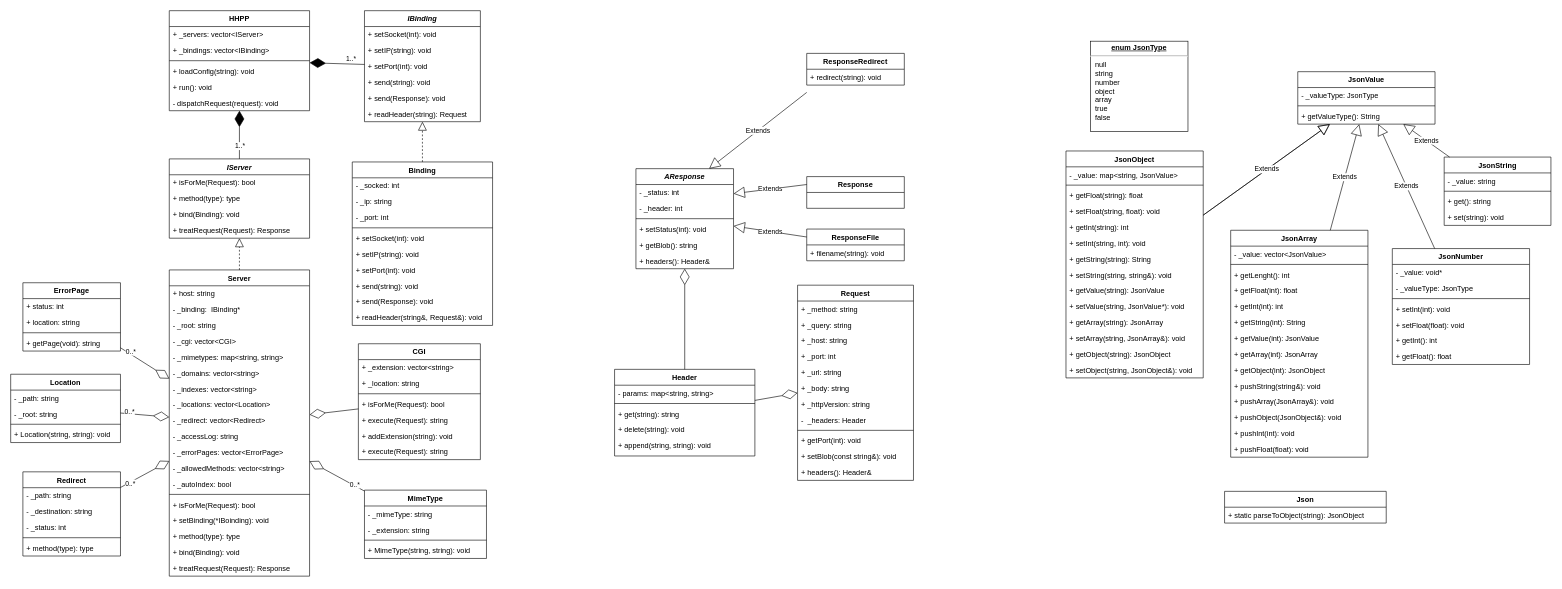
Earlier version of the draw.io diagram doc/architecture.drawio (danielthalmann/42hhpp). Source tidied: cells renumbered, new cells numbered last; positions are measured from the earlier drawing's top-left corner, leaving out a move shared by most shapes. Both pictures are drawn from the tidied source at 61%, with x=0, y=0 at pixel (10, 10).
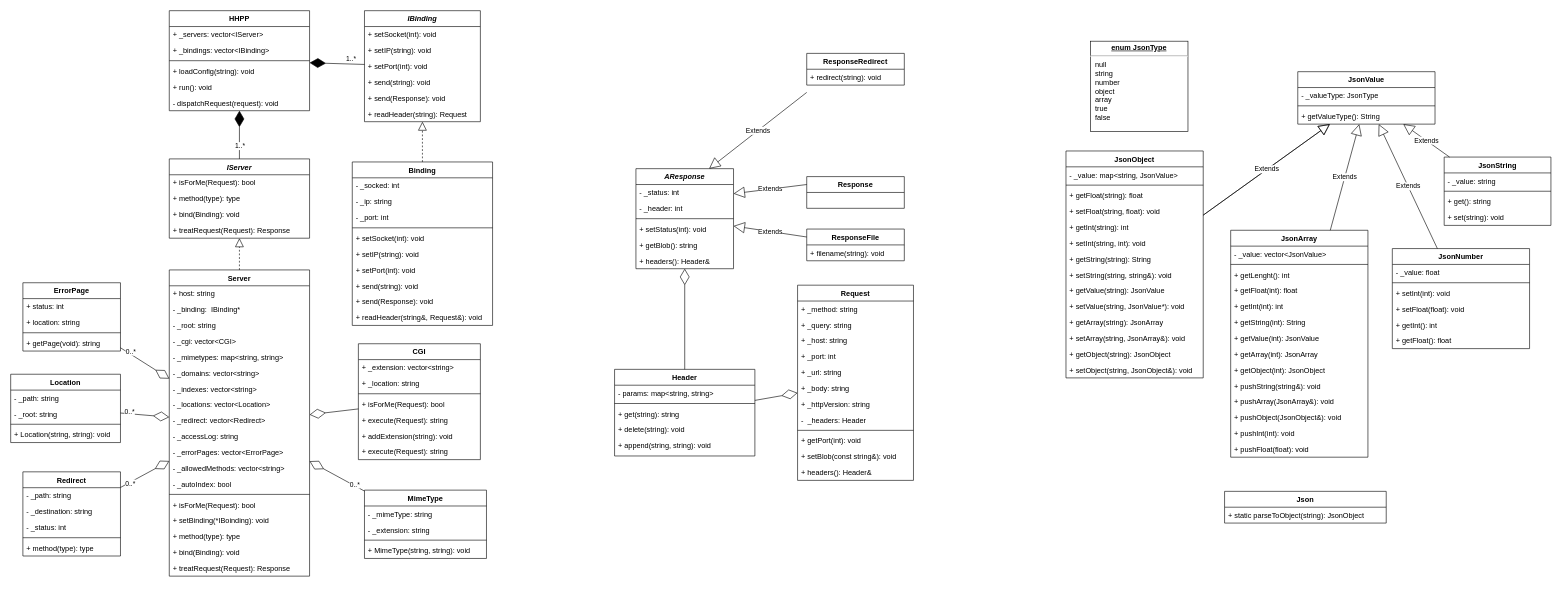
After the change.

Change to the diagram source:
```diff
@@
     <mxCell id="128" value="JsonNumber" style="swimlane;fontStyle=1;align=center;verticalAlign=top;horizontal=1;startSize=26;" parent="1" vertex="1">
-      <mxGeometry x="2265" y="390" width="225" height="190" as="geometry" />
+      <mxGeometry x="2265" y="390" width="225" height="164" as="geometry" />
     </mxCell>
-    <mxCell id="129" value="- _value: void*" style="text;strokeColor=none;fillColor=none;align=left;verticalAlign=top;spacingLeft=4;spacingRight=4;overflow=hidden;" parent="128" vertex="1">
+    <mxCell id="129" value="- _value: float" style="text;strokeColor=none;fillColor=none;align=left;verticalAlign=top;spacingLeft=4;spacingRight=4;overflow=hidden;" parent="128" vertex="1">
       <mxGeometry y="26" width="225" height="26" as="geometry" />
     </mxCell>
-    <mxCell id="130" value="- _valueType: JsonType" style="text;strokeColor=none;fillColor=none;align=left;verticalAlign=top;spacingLeft=4;spacingRight=4;overflow=hidden;" parent="128" vertex="1">
-      <mxGeometry y="52" width="225" height="26" as="geometry" />
-    </mxCell>
     <mxCell id="131" style="line;strokeWidth=1;fillColor=none;align=left;verticalAlign=middle;spacingTop=-1;spacingLeft=3;spacingRight=3;labelPosition=right;" parent="128" vertex="1">
-      <mxGeometry y="78" width="225" height="8" as="geometry" />
+      <mxGeometry y="52" width="225" height="8" as="geometry" />
     </mxCell>
     <mxCell id="132" value="+ setInt(int): void" style="text;strokeColor=none;fillColor=none;align=left;verticalAlign=top;spacingLeft=4;spacingRight=4;overflow=hidden;" parent="128" vertex="1">
-      <mxGeometry y="86" width="225" height="26" as="geometry" />
+      <mxGeometry y="60" width="225" height="26" as="geometry" />
     </mxCell>
     <mxCell id="133" value="+ setFloat(float): void" style="text;strokeColor=none;fillColor=none;align=left;verticalAlign=top;spacingLeft=4;spacingRight=4;overflow=hidden;" parent="128" vertex="1">
-      <mxGeometry y="112" width="225" height="26" as="geometry" />
+      <mxGeometry y="86" width="225" height="26" as="geometry" />
     </mxCell>
     <mxCell id="134" value="+ getInt(): int" style="text;strokeColor=none;fillColor=none;align=left;verticalAlign=top;spacingLeft=4;spacingRight=4;overflow=hidden;" parent="128" vertex="1">
-      <mxGeometry y="138" width="225" height="26" as="geometry" />
+      <mxGeometry y="112" width="225" height="26" as="geometry" />
     </mxCell>
     <mxCell id="135" value="+ getFloat(): float" style="text;strokeColor=none;fillColor=none;align=left;verticalAlign=top;spacingLeft=4;spacingRight=4;overflow=hidden;" parent="128" vertex="1">
-      <mxGeometry y="164" width="225" height="26" as="geometry" />
+      <mxGeometry y="138" width="225" height="26" as="geometry" />
     </mxCell>
```
